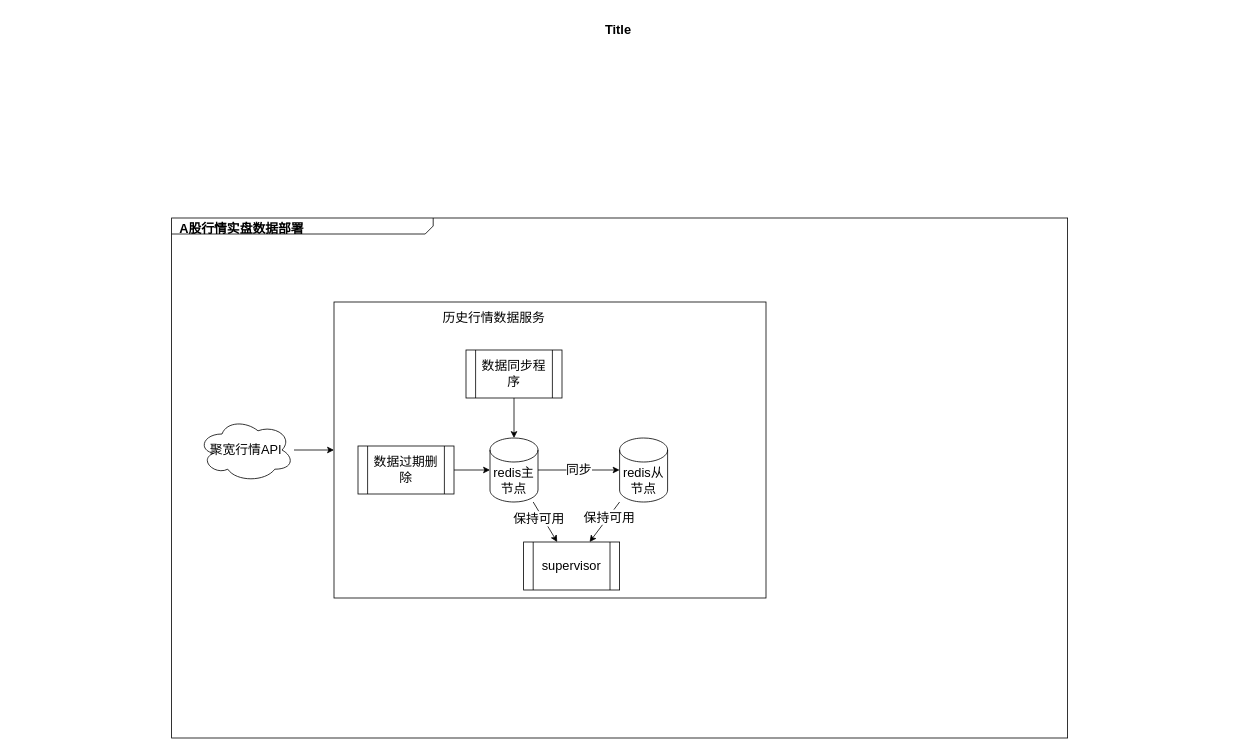
This is drawio/A股实盘数据.drawio from jayed008/notebook, a draw.io file, before an edit. Source tidied: cells renumbered, new cells numbered last; positions are measured from the earlier drawing's top-left corner, leaving out a move shared by most shapes. Both pictures are drawn from the tidied source at 80%, with x=0, y=0 at pixel (14, 14).
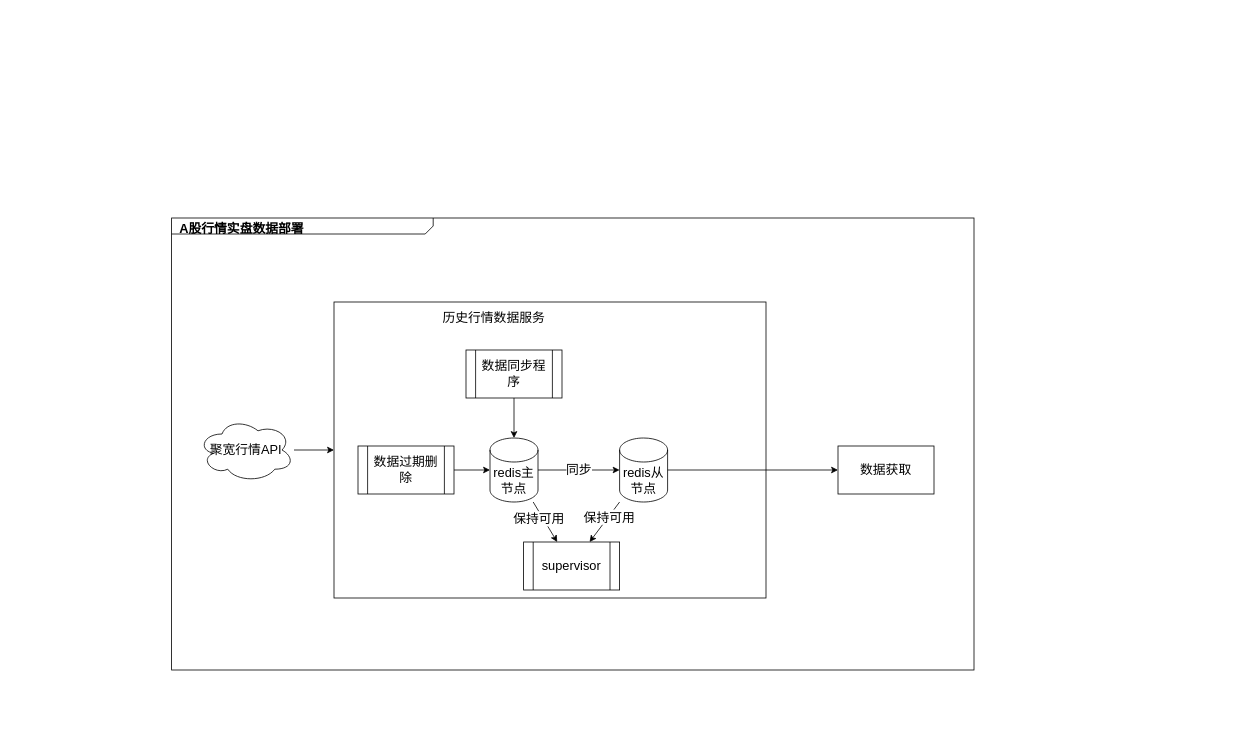
The same diagram, later.

Commit message (it also covers changes not shown here):
Update A股实盘数据.drawio

The change refers to these unchanged cells:
```xml
<mxCell id="22" value="redis从节点" style="shape=cylinder3;whiteSpace=wrap;html=1;boundedLbl=1;backgroundOutline=1;size=15;fontSize=16;" parent="1" vertex="1">
  <mxGeometry x="757" y="530" width="60" height="80" as="geometry" />
</mxCell>
```

Change to the diagram source:
```diff
@@
     <mxCell id="2" value="&lt;p style=&quot;margin: 4px 0px 0px 10px; text-align: left; font-size: 16px;&quot;&gt;&lt;b style=&quot;font-size: 16px;&quot;&gt;A股行情实盘数据部署&lt;/b&gt;&lt;/p&gt;" style="html=1;strokeWidth=1;shape=mxgraph.sysml.package;html=1;overflow=fill;whiteSpace=wrap;fillColor=none;gradientColor=none;fontSize=16;align=center;labelX=327.64;" parent="1" vertex="1">
-      <mxGeometry x="197" y="255" width="1120" height="650" as="geometry" />
+      <mxGeometry x="197" y="255" width="1003" height="565" as="geometry" />
     </mxCell>
@@
-    <mxCell id="13" value="Title" style="text;strokeColor=none;fillColor=none;html=1;fontSize=16;fontStyle=1;verticalAlign=middle;align=center;" parent="1" vertex="1">
-      <mxGeometry width="1510" height="40" as="geometry" />
-    </mxCell>
@@
+    <mxCell id="29" value="数据获取" style="rounded=0;whiteSpace=wrap;html=1;fontSize=16;" parent="1" vertex="1">
+      <mxGeometry x="1030" y="540" width="120" height="60" as="geometry" />
+    </mxCell>
+    <mxCell id="30" style="endArrow=classic;html=1;fontSize=16;startArrow=none;startFill=0;" parent="1" edge="1" source="22" target="29">
+      <mxGeometry relative="1" as="geometry" />
+    </mxCell>
```
